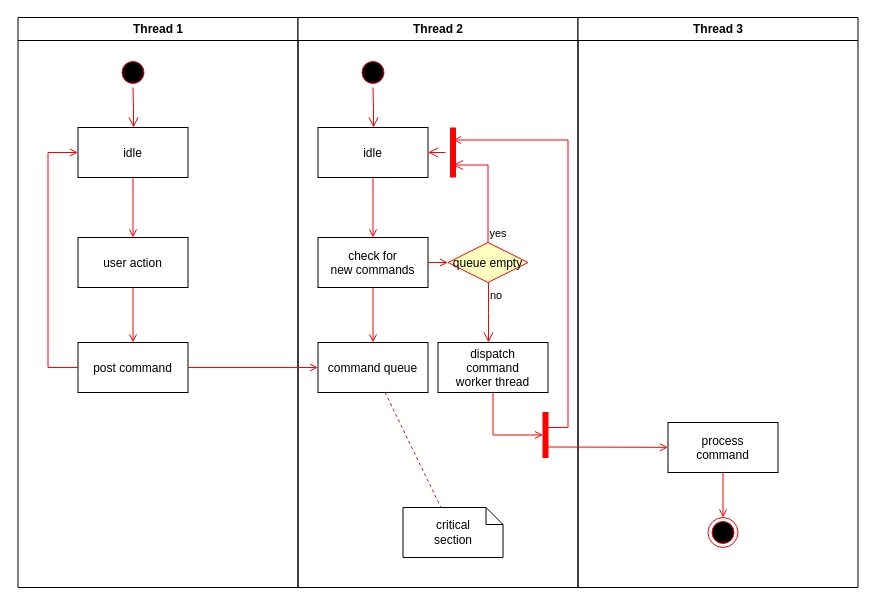
Above: form-logic.drawio in lshunran/drawIO (draw.io), before the change. Source tidied: cells renumbered, new cells numbered last; positions are measured from the earlier drawing's top-left corner, leaving out a move shared by most shapes. Both pictures are drawn from the tidied source at 100%, with x=0, y=0 at pixel (17, 17).
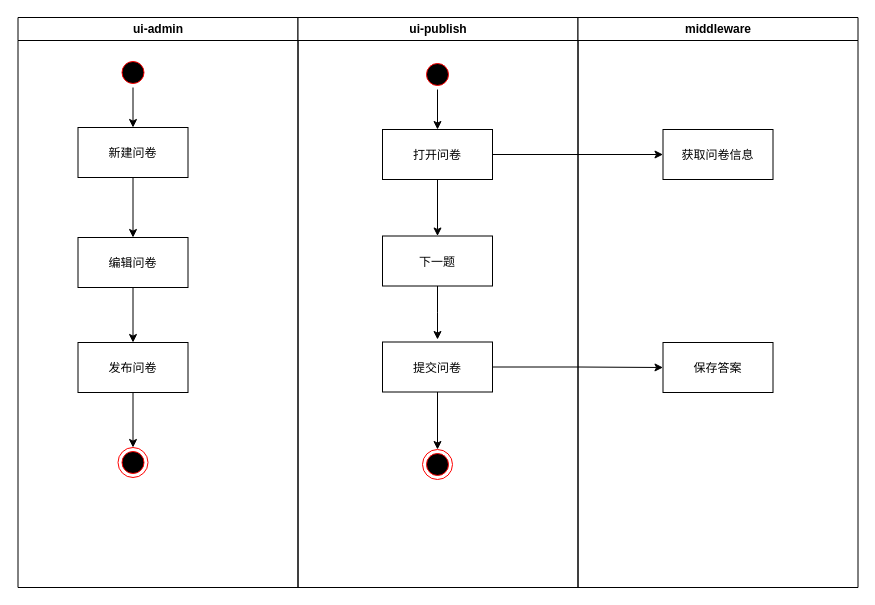
The same diagram, later.

Unchanged cells that the change refers to:
```xml
<mxCell id="3" style="ellipse;shape=startState;fillColor=#000000;strokeColor=#ff0000;" parent="2" vertex="1">
  <mxGeometry x="100" y="40" width="30" height="30" as="geometry" />
</mxCell>
```

What changed in the source:
```diff
@@
-    <mxCell id="2" value="Thread 1" style="swimlane;whiteSpace=wrap;" parent="1" vertex="1">
+    <mxCell id="2" value="ui-admin" style="swimlane;whiteSpace=wrap;" parent="1" vertex="1">
       <mxGeometry x="0.5" width="280" height="570" as="geometry" />
     </mxCell>
+    <mxCell id="4" style="edgeStyle=orthogonalEdgeStyle;rounded=0;jettySize=auto;html=1;" parent="2" edge="1" source="3" target="5">
+      <mxGeometry relative="1" as="geometry" />
+    </mxCell>
@@
-    <mxCell id="4" style="edgeStyle=elbowEdgeStyle;elbow=horizontal;verticalAlign=bottom;endArrow=open;endSize=8;strokeColor=#FF0000;endFill=1;rounded=0;" parent="2" edge="1" source="3" target="5">
-      <mxGeometry x="100" y="40" as="geometry" />
-    </mxCell>
+    <mxCell id="7" style="edgeStyle=orthogonalEdgeStyle;rounded=0;jettySize=auto;html=1;" parent="2" edge="1" source="5" target="6">
+      <mxGeometry relative="1" as="geometry" />
+    </mxCell>
-    <mxCell id="5" value="idle" parent="2" vertex="1">
+    <mxCell id="5" value="新建问卷" parent="2" vertex="1">
       <mxGeometry x="60" y="110" width="110" height="50" as="geometry" />
     </mxCell>
+    <mxCell id="9" style="edgeStyle=orthogonalEdgeStyle;rounded=0;jettySize=auto;html=1;entryX=0.5;entryY=0;entryDx=0;entryDy=0;" parent="2" edge="1" source="6" target="8">
+      <mxGeometry relative="1" as="geometry" />
+    </mxCell>
-    <mxCell id="6" value="user action" parent="2" vertex="1">
+    <mxCell id="6" value="编辑问卷" parent="2" vertex="1">
       <mxGeometry x="60" y="220" width="110" height="50" as="geometry" />
     </mxCell>
-    <mxCell id="7" style="endArrow=open;strokeColor=#FF0000;endFill=1;rounded=0;" parent="2" edge="1" source="5" target="6">
-      <mxGeometry relative="1" as="geometry" />
-    </mxCell>
+    <mxCell id="37" style="edgeStyle=orthogonalEdgeStyle;rounded=0;jettySize=auto;html=1;entryX=0.5;entryY=0;entryDx=0;entryDy=0;" parent="2" edge="1" source="8" target="38">
+      <mxGeometry relative="1" as="geometry" />
+    </mxCell>
-    <mxCell id="8" value="post command" parent="2" vertex="1">
+    <mxCell id="8" value="发布问卷" parent="2" vertex="1">
       <mxGeometry x="60" y="325" width="110" height="50" as="geometry" />
     </mxCell>
-    <mxCell id="9" style="endArrow=open;strokeColor=#FF0000;endFill=1;rounded=0;" parent="2" edge="1" source="6" target="8">
-      <mxGeometry relative="1" as="geometry" />
-    </mxCell>
-    <mxCell id="10" style="edgeStyle=elbowEdgeStyle;elbow=horizontal;strokeColor=#FF0000;endArrow=open;endFill=1;rounded=0;" parent="2" edge="1" source="8" target="5">
-      <mxGeometry relative="1" as="geometry">
-        <Array as="points">
-          <mxPoint x="30" y="250" />
-        </Array>
-      </mxGeometry>
-    </mxCell>
+    <mxCell id="38" style="ellipse;shape=endState;fillColor=#000000;strokeColor=#ff0000;" parent="2" vertex="1">
+      <mxGeometry x="100" y="430" width="30" height="30" as="geometry" />
+    </mxCell>
-    <mxCell id="11" value="Thread 2" style="swimlane;whiteSpace=wrap;" parent="1" vertex="1">
+    <mxCell id="11" value="ui-publish" style="swimlane;whiteSpace=wrap;" parent="1" vertex="1">
       <mxGeometry x="280.5" width="280" height="570" as="geometry" />
     </mxCell>
+    <mxCell id="13" style="edgeStyle=orthogonalEdgeStyle;rounded=0;jettySize=auto;html=1;entryX=0.5;entryY=0;entryDx=0;entryDy=0;" parent="11" edge="1" source="12" target="14">
+      <mxGeometry relative="1" as="geometry" />
+    </mxCell>
     <mxCell id="12" style="ellipse;shape=startState;fillColor=#000000;strokeColor=#ff0000;" parent="11" vertex="1">
-      <mxGeometry x="60" y="40" width="30" height="30" as="geometry" />
+      <mxGeometry x="124.5" y="42" width="30" height="30" as="geometry" />
     </mxCell>
-    <mxCell id="13" style="edgeStyle=elbowEdgeStyle;elbow=horizontal;verticalAlign=bottom;endArrow=open;endSize=8;strokeColor=#FF0000;endFill=1;rounded=0;" parent="11" edge="1" source="12" target="14">
-      <mxGeometry x="40" y="20" as="geometry" />
-    </mxCell>
+    <mxCell id="16" style="edgeStyle=orthogonalEdgeStyle;rounded=0;jettySize=auto;html=1;" parent="11" edge="1" source="14" target="15">
+      <mxGeometry relative="1" as="geometry" />
+    </mxCell>
-    <mxCell id="14" value="idle" parent="11" vertex="1">
-      <mxGeometry x="20" y="110" width="110" height="50" as="geometry" />
+    <mxCell id="14" value="打开问卷" parent="11" vertex="1">
+      <mxGeometry x="84.5" y="112" width="110" height="50" as="geometry" />
     </mxCell>
-    <mxCell id="15" value="check for &#10;new commands" parent="11" vertex="1">
-      <mxGeometry x="20" y="220" width="110" height="50" as="geometry" />
+    <mxCell id="15" value="下一题" parent="11" vertex="1">
+      <mxGeometry x="84.5" y="218.5" width="110" height="50" as="geometry" />
     </mxCell>
-    <mxCell id="16" style="endArrow=open;strokeColor=#FF0000;endFill=1;rounded=0;" parent="11" edge="1" source="14" target="15">
-      <mxGeometry relative="1" as="geometry" />
-    </mxCell>
+    <mxCell id="39" style="edgeStyle=orthogonalEdgeStyle;rounded=0;jettySize=auto;html=1;exitX=0.5;exitY=1;exitDx=0;exitDy=0;" parent="11" edge="1" source="17" target="40">
+      <mxGeometry relative="1" as="geometry" />
+    </mxCell>
-    <mxCell id="17" value="command queue" parent="11" vertex="1">
-      <mxGeometry x="20" y="325" width="110" height="50" as="geometry" />
+    <mxCell id="17" value="提交问卷" parent="11" vertex="1">
+      <mxGeometry x="84.5" y="324.5" width="110" height="50" as="geometry" />
     </mxCell>
-    <mxCell id="18" style="endArrow=open;strokeColor=#FF0000;endFill=1;rounded=0;" parent="11" edge="1" source="15" target="17">
-      <mxGeometry relative="1" as="geometry" />
-    </mxCell>
-    <mxCell id="19" value="queue empty" style="rhombus;fillColor=#ffffc0;strokeColor=#ff0000;" parent="11" vertex="1">
-      <mxGeometry x="150" y="225" width="80" height="40" as="geometry" />
-    </mxCell>
-    <mxCell id="20" value="yes" style="edgeStyle=elbowEdgeStyle;elbow=horizontal;align=left;verticalAlign=bottom;endArrow=open;endSize=8;strokeColor=#FF0000;exitX=0.5;exitY=0;endFill=1;rounded=0;entryX=0.75;entryY=0.5;entryPerimeter=0;" parent="11" edge="1" source="19" target="23">
-      <mxGeometry x="-1" relative="1" as="geometry">
-        <Array as="points">
-          <mxPoint x="190" y="180" />
-        </Array>
-      </mxGeometry>
-    </mxCell>
-    <mxCell id="21" value="no" style="edgeStyle=elbowEdgeStyle;elbow=horizontal;align=left;verticalAlign=top;endArrow=open;endSize=8;strokeColor=#FF0000;endFill=1;rounded=0;" parent="11" edge="1" source="19" target="25">
-      <mxGeometry x="-1" relative="1" as="geometry" />
-    </mxCell>
-    <mxCell id="22" style="endArrow=open;strokeColor=#FF0000;endFill=1;rounded=0;" parent="11" edge="1" source="15" target="19">
-      <mxGeometry relative="1" as="geometry" />
-    </mxCell>
-    <mxCell id="23" style="shape=line;strokeWidth=6;strokeColor=#ff0000;rotation=90;" parent="11" vertex="1">
-      <mxGeometry x="130" y="127.5" width="50" height="15" as="geometry" />
-    </mxCell>
-    <mxCell id="24" style="edgeStyle=elbowEdgeStyle;elbow=horizontal;verticalAlign=bottom;endArrow=open;endSize=8;strokeColor=#FF0000;endFill=1;rounded=0;" parent="11" edge="1" source="23" target="14">
-      <mxGeometry x="130" y="90" as="geometry" />
-    </mxCell>
-    <mxCell id="25" value="dispatch&#10;command&#10;worker thread" parent="11" vertex="1">
-      <mxGeometry x="140" y="325" width="110" height="50" as="geometry" />
-    </mxCell>
-    <mxCell id="26" value="critical&#10;section" style="shape=note;whiteSpace=wrap;size=17;" parent="11" vertex="1">
-      <mxGeometry x="105" y="490" width="100" height="50" as="geometry" />
-    </mxCell>
-    <mxCell id="27" style="endArrow=none;strokeColor=#FF0000;endFill=0;rounded=0;dashed=1;" parent="11" edge="1" source="17" target="26">
-      <mxGeometry relative="1" as="geometry" />
-    </mxCell>
-    <mxCell id="28" style="whiteSpace=wrap;strokeColor=#FF0000;fillColor=#FF0000;" parent="11" vertex="1">
-      <mxGeometry x="245" y="395" width="5" height="45" as="geometry" />
-    </mxCell>
-    <mxCell id="29" style="edgeStyle=elbowEdgeStyle;elbow=horizontal;entryX=0;entryY=0.5;strokeColor=#FF0000;endArrow=open;endFill=1;rounded=0;" parent="11" edge="1" source="25" target="28">
-      <mxGeometry relative="1" as="geometry">
-        <Array as="points">
-          <mxPoint x="195" y="400" />
-        </Array>
-      </mxGeometry>
-    </mxCell>
+    <mxCell id="40" style="ellipse;shape=endState;fillColor=#000000;strokeColor=#ff0000;" parent="11" vertex="1">
+      <mxGeometry x="124.5" y="432" width="30" height="30" as="geometry" />
+    </mxCell>
-    <mxCell id="30" value="Thread 3" style="swimlane;whiteSpace=wrap;" parent="1" vertex="1">
+    <mxCell id="30" value="middleware" style="swimlane;whiteSpace=wrap;" parent="1" vertex="1">
       <mxGeometry x="560.5" width="280" height="570" as="geometry" />
     </mxCell>
-    <mxCell id="31" value="process&#10;command" parent="30" vertex="1">
-      <mxGeometry x="90" y="405" width="110" height="50" as="geometry" />
-    </mxCell>
-    <mxCell id="32" style="edgeStyle=elbowEdgeStyle;elbow=horizontal;strokeColor=#FF0000;endArrow=open;endFill=1;rounded=0;entryX=0.25;entryY=0.5;entryPerimeter=0;" parent="30" edge="1" target="23">
-      <mxGeometry relative="1" as="geometry">
-        <mxPoint x="-30" y="410" as="sourcePoint" />
-        <Array as="points">
-          <mxPoint x="-10" y="135" />
-        </Array>
-      </mxGeometry>
-    </mxCell>
-    <mxCell id="33" style="edgeStyle=none;strokeColor=#FF0000;endArrow=open;endFill=1;rounded=0;" parent="30" edge="1" target="31">
-      <mxGeometry relative="1" as="geometry">
-        <mxPoint x="-30" y="429.5" as="sourcePoint" />
-      </mxGeometry>
-    </mxCell>
-    <mxCell id="34" style="ellipse;shape=endState;fillColor=#000000;strokeColor=#ff0000;" parent="30" vertex="1">
-      <mxGeometry x="130" y="500" width="30" height="30" as="geometry" />
-    </mxCell>
-    <mxCell id="35" style="endArrow=open;strokeColor=#FF0000;endFill=1;rounded=0;" parent="30" edge="1" source="31" target="34">
-      <mxGeometry relative="1" as="geometry" />
-    </mxCell>
-    <mxCell id="36" style="endArrow=open;strokeColor=#FF0000;endFill=1;rounded=0;" parent="1" edge="1" source="8" target="17">
-      <mxGeometry relative="1" as="geometry" />
-    </mxCell>
+    <mxCell id="41" value="获取问卷信息" parent="30" vertex="1">
+      <mxGeometry x="85" y="112" width="110" height="50" as="geometry" />
+    </mxCell>
+    <mxCell id="42" value="保存答案" parent="30" vertex="1">
+      <mxGeometry x="85" y="325" width="110" height="50" as="geometry" />
+    </mxCell>
+    <mxCell id="43" style="edgeStyle=orthogonalEdgeStyle;rounded=0;jettySize=auto;html=1;" parent="1" edge="1" source="15">
+      <mxGeometry relative="1" as="geometry">
+        <mxPoint x="420" y="322" as="targetPoint" />
+      </mxGeometry>
+    </mxCell>
+    <mxCell id="44" style="edgeStyle=orthogonalEdgeStyle;rounded=0;jettySize=auto;html=1;entryX=0;entryY=0.5;entryDx=0;entryDy=0;" parent="1" edge="1" source="14" target="41">
+      <mxGeometry relative="1" as="geometry" />
+    </mxCell>
+    <mxCell id="45" style="edgeStyle=orthogonalEdgeStyle;rounded=0;jettySize=auto;html=1;entryX=0;entryY=0.5;entryDx=0;entryDy=0;" parent="1" edge="1" source="17" target="42">
+      <mxGeometry relative="1" as="geometry" />
+    </mxCell>
```
